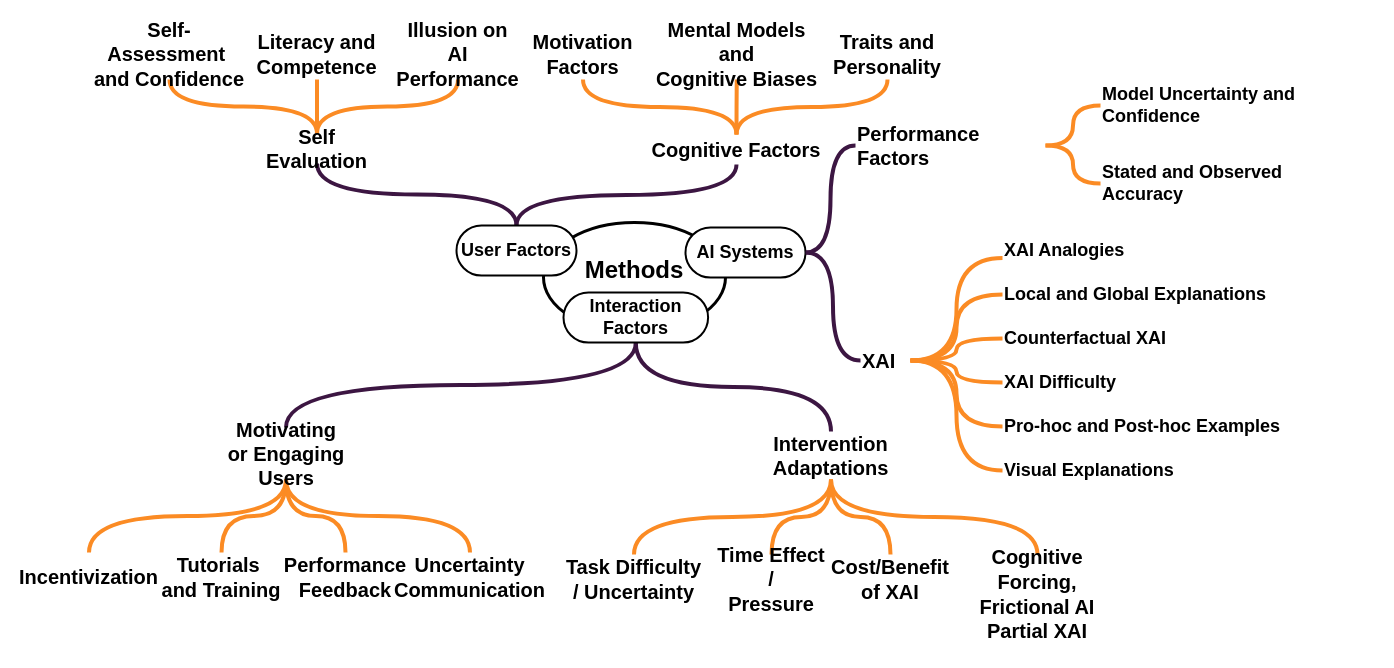
Before: ext/chi-rev-method-overview.drawio in raeeschaudhary/Coursera_Exams, a draw.io diagram. Source tidied: cells renumbered, new cells numbered last; positions are measured from the earlier drawing's top-left corner, leaving out a move shared by most shapes. Both pictures are drawn from the tidied source at 100%, with x=0, y=0 at pixel (17, 29).
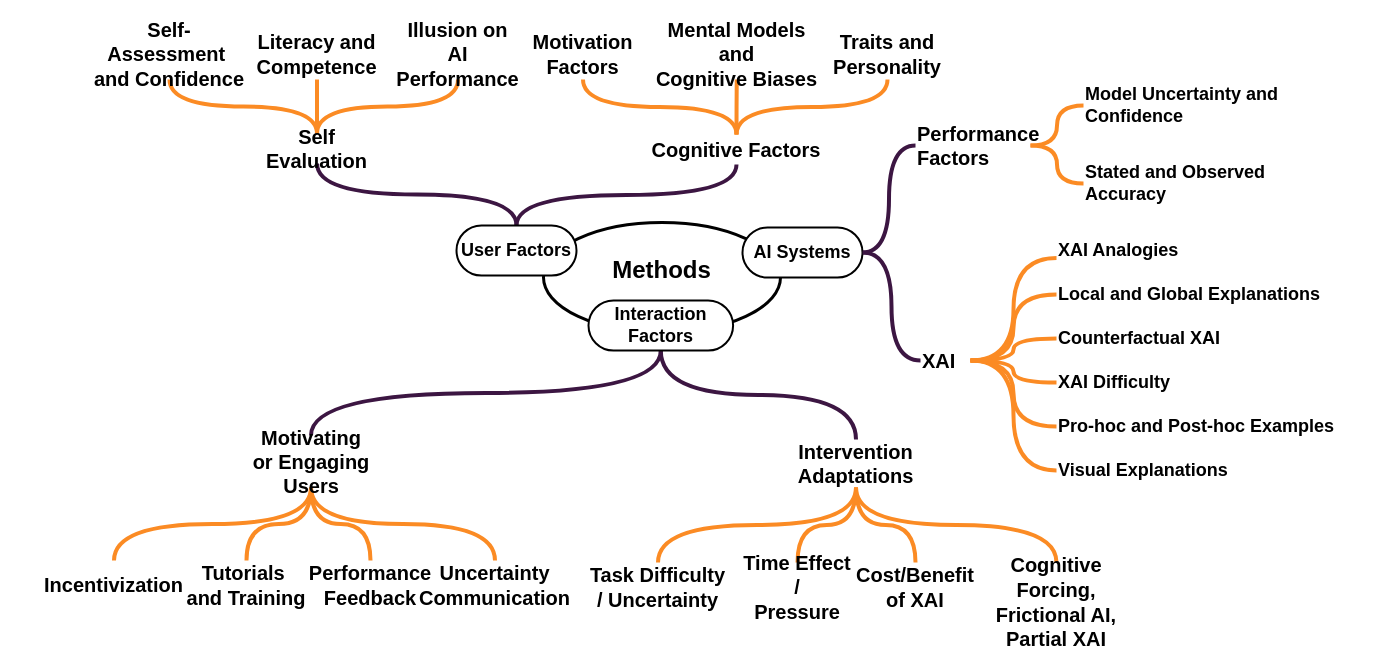
The same page after the edit.

The edit, as a diff of the source:
```diff
@@
     <mxCell id="2" value="Methods" style="ellipse;whiteSpace=wrap;html=1;strokeWidth=3;fontFamily=corbel;fontSize=24;fontStyle=1;verticalAlign=top;spacingTop=27;" parent="1" vertex="1">
-      <mxGeometry x="526" y="193" width="182" height="110" as="geometry" />
+      <mxGeometry x="526" y="193" width="237" height="110" as="geometry" />
     </mxCell>
@@
     <mxCell id="4" value="AI Systems" style="rounded=1;whiteSpace=wrap;html=1;arcSize=50;strokeWidth=2;fontFamily=corbel;fontSize=18;fontStyle=1;" parent="1" vertex="1">
-      <mxGeometry x="668" y="198" width="120" height="50" as="geometry" />
+      <mxGeometry x="725" y="198" width="120" height="50" as="geometry" />
     </mxCell>
@@
     <mxCell id="10" value="Interaction Factors" style="rounded=1;whiteSpace=wrap;html=1;arcSize=50;strokeWidth=2;fontFamily=corbel;fontSize=18;fontStyle=1;" parent="1" vertex="1">
-      <mxGeometry x="546" y="263" width="144.6" height="50" as="geometry" />
+      <mxGeometry x="571" y="271" width="144.6" height="50" as="geometry" />
     </mxCell>
-    <mxCell id="11" value="&lt;span style=&quot;&quot;&gt;Performance Factors&lt;/span&gt;" style="text;html=1;whiteSpace=wrap;strokeColor=none;fillColor=none;align=left;verticalAlign=middle;rounded=0;fontFamily=corbel;fontStyle=1;fontSize=20;" parent="1" vertex="1">
-      <mxGeometry x="838" y="101" width="190" height="30" as="geometry" />
+    <mxCell id="11" value="&lt;span style=&quot;&quot;&gt;Performance&amp;nbsp;&lt;/span&gt;&lt;div&gt;&lt;span style=&quot;&quot;&gt;Factors&lt;/span&gt;&lt;/div&gt;" style="text;html=1;whiteSpace=wrap;strokeColor=none;fillColor=none;align=left;verticalAlign=middle;rounded=0;fontFamily=corbel;fontStyle=1;fontSize=20;" parent="1" vertex="1">
+      <mxGeometry x="898" y="101" width="115" height="30" as="geometry" />
     </mxCell>
@@
     <mxCell id="13" value="&lt;span style=&quot;&quot;&gt;XAI&lt;/span&gt;" style="text;html=1;whiteSpace=wrap;strokeColor=none;fillColor=none;align=left;verticalAlign=middle;rounded=0;fontFamily=corbel;fontStyle=1;fontSize=20;" parent="1" vertex="1">
-      <mxGeometry x="843" y="316" width="50" height="30" as="geometry" />
+      <mxGeometry x="903" y="316" width="50" height="30" as="geometry" />
     </mxCell>
@@
     <mxCell id="15" value="&lt;span&gt;&lt;span&gt;Model Uncertainty and Confidence&lt;/span&gt;&lt;/span&gt;" style="text;html=1;whiteSpace=wrap;strokeColor=none;fillColor=none;align=left;verticalAlign=middle;rounded=0;fontFamily=corbel;fontSize=18;fontStyle=1;" parent="1" vertex="1">
-      <mxGeometry x="1083" y="61" width="277" height="30" as="geometry" />
+      <mxGeometry x="1066" y="61" width="277" height="30" as="geometry" />
     </mxCell>
     <mxCell id="16" value="&lt;span&gt;&lt;span&gt;Stated and Observed Accuracy&lt;/span&gt;&lt;/span&gt;" style="text;html=1;whiteSpace=wrap;strokeColor=none;fillColor=none;align=left;verticalAlign=middle;rounded=0;fontFamily=corbel;fontSize=18;fontStyle=1;" parent="1" vertex="1">
-      <mxGeometry x="1083" y="139" width="257" height="30" as="geometry" />
+      <mxGeometry x="1066" y="139" width="257" height="30" as="geometry" />
     </mxCell>
@@
     <mxCell id="19" value="&lt;span&gt;&lt;span&gt;XAI Analogies&lt;/span&gt;&lt;/span&gt;" style="text;html=1;whiteSpace=wrap;strokeColor=none;fillColor=none;align=left;verticalAlign=middle;rounded=0;fontFamily=corbel;fontSize=18;fontStyle=1;" parent="1" vertex="1">
-      <mxGeometry x="985" y="206" width="192" height="30" as="geometry" />
+      <mxGeometry x="1039" y="206" width="192" height="30" as="geometry" />
     </mxCell>
     <mxCell id="20" value="&lt;span&gt;&lt;span&gt;Local and Global Explanations&amp;nbsp;&lt;/span&gt;&lt;/span&gt;" style="text;html=1;whiteSpace=wrap;strokeColor=none;fillColor=none;align=left;verticalAlign=middle;rounded=0;fontFamily=corbel;fontSize=18;fontStyle=1;" parent="1" vertex="1">
-      <mxGeometry x="985" y="250" width="290" height="30" as="geometry" />
+      <mxGeometry x="1039" y="250" width="290" height="30" as="geometry" />
     </mxCell>
     <mxCell id="21" value="&lt;span&gt;&lt;span&gt;Counterfactual XAI&lt;/span&gt;&lt;/span&gt;" style="text;html=1;whiteSpace=wrap;strokeColor=none;fillColor=none;align=left;verticalAlign=middle;rounded=0;fontFamily=corbel;fontSize=18;fontStyle=1;" parent="1" vertex="1">
-      <mxGeometry x="985" y="294" width="285" height="30" as="geometry" />
+      <mxGeometry x="1039" y="294" width="285" height="30" as="geometry" />
     </mxCell>
     <mxCell id="22" value="&lt;span&gt;&lt;span&gt;XAI Difficulty&lt;/span&gt;&lt;/span&gt;" style="text;html=1;whiteSpace=wrap;strokeColor=none;fillColor=none;align=left;verticalAlign=middle;rounded=0;fontFamily=corbel;fontSize=18;fontStyle=1;" parent="1" vertex="1">
-      <mxGeometry x="985" y="338" width="192" height="30" as="geometry" />
+      <mxGeometry x="1039" y="338" width="192" height="30" as="geometry" />
     </mxCell>
     <mxCell id="23" value="&lt;span&gt;&lt;span&gt;Pro-hoc and Post-hoc Examples&lt;/span&gt;&lt;/span&gt;" style="text;html=1;whiteSpace=wrap;strokeColor=none;fillColor=none;align=left;verticalAlign=middle;rounded=0;fontFamily=corbel;fontSize=18;fontStyle=1;" parent="1" vertex="1">
-      <mxGeometry x="985" y="382" width="320" height="30" as="geometry" />
+      <mxGeometry x="1039" y="382" width="320" height="30" as="geometry" />
     </mxCell>
     <mxCell id="24" value="&lt;span&gt;&lt;span&gt;Visual Explanations&lt;/span&gt;&lt;/span&gt;" style="text;html=1;whiteSpace=wrap;strokeColor=none;fillColor=none;align=left;verticalAlign=middle;rounded=0;fontFamily=corbel;fontSize=18;fontStyle=1;" parent="1" vertex="1">
-      <mxGeometry x="985" y="426" width="192" height="30" as="geometry" />
+      <mxGeometry x="1039" y="426" width="192" height="30" as="geometry" />
     </mxCell>
@@
     <mxCell id="34" value="&lt;span&gt;Motivating &lt;br&gt;or Engaging Users&lt;/span&gt;" style="text;html=1;whiteSpace=wrap;strokeColor=none;fillColor=none;align=center;verticalAlign=middle;rounded=0;fontFamily=corbel;fontStyle=1;fontSize=20;" parent="1" vertex="1">
-      <mxGeometry x="188.5" y="398" width="160" height="52" as="geometry" />
+      <mxGeometry x="213.5" y="406" width="160" height="52" as="geometry" />
     </mxCell>
@@
     <mxCell id="39" value="&lt;span&gt;Intervention Adaptations&lt;/span&gt;" style="text;html=1;whiteSpace=wrap;strokeColor=none;fillColor=none;align=center;verticalAlign=middle;rounded=0;fontFamily=corbel;fontStyle=1;fontSize=20;" parent="1" vertex="1">
-      <mxGeometry x="756" y="402" width="115" height="48" as="geometry" />
+      <mxGeometry x="781" y="410" width="115" height="48" as="geometry" />
     </mxCell>
     <mxCell id="40" value="&lt;span&gt;&lt;span style=&quot;font-size:20px;&quot;&gt;Task Difficulty&lt;br&gt;&lt;/span&gt;&lt;span style=&quot;font-size:20px;&quot;&gt;/ Uncertainty&lt;/span&gt;&lt;/span&gt;" style="text;html=1;whiteSpace=wrap;strokeColor=none;fillColor=none;align=center;verticalAlign=middle;rounded=0;fontFamily=corbel;fontSize=18;fontStyle=1;" parent="1" vertex="1">
-      <mxGeometry x="545" y="525" width="143" height="50" as="geometry" />
+      <mxGeometry x="569" y="533" width="143" height="50" as="geometry" />
     </mxCell>
     <mxCell id="41" value="&lt;span&gt;&lt;span style=&quot;font-size:20px;&quot;&gt;Time Effect /&lt;br&gt;&lt;/span&gt;&lt;span style=&quot;font-size:20px;&quot;&gt;Pressure&lt;/span&gt;&lt;/span&gt;" style="text;html=1;whiteSpace=wrap;strokeColor=none;fillColor=none;align=center;verticalAlign=middle;rounded=0;fontFamily=corbel;fontSize=18;fontStyle=1;" parent="1" vertex="1">
-      <mxGeometry x="694" y="525" width="120" height="50" as="geometry" />
+      <mxGeometry x="720" y="533" width="120" height="50" as="geometry" />
     </mxCell>
     <mxCell id="42" value="&lt;span&gt;&lt;span style=&quot;font-size:20px;&quot;&gt;Cost/Benefit&lt;br&gt;&lt;/span&gt;&lt;span style=&quot;font-size:20px;&quot;&gt;of XAI&lt;/span&gt;&lt;/span&gt;" style="text;html=1;whiteSpace=wrap;strokeColor=none;fillColor=none;align=center;verticalAlign=middle;rounded=0;fontFamily=corbel;fontSize=18;fontStyle=1;" parent="1" vertex="1">
-      <mxGeometry x="808" y="525" width="130" height="50" as="geometry" />
+      <mxGeometry x="833" y="533" width="130" height="50" as="geometry" />
     </mxCell>
-    <mxCell id="43" value="&lt;span&gt;&lt;span style=&quot;font-size:20px;&quot;&gt;Cognitive Forcing, &lt;br&gt;&lt;/span&gt;&lt;span style=&quot;font-size:20px;&quot;&gt;Frictional AI&lt;br&gt;&lt;/span&gt;&lt;span style=&quot;font-size:20px;&quot;&gt;Partial XAI&lt;/span&gt;&lt;/span&gt;" style="text;html=1;whiteSpace=wrap;strokeColor=none;fillColor=none;align=center;verticalAlign=middle;rounded=0;fontFamily=corbel;fontSize=18;fontStyle=1;" parent="1" vertex="1">
-      <mxGeometry x="940" y="525" width="160" height="80" as="geometry" />
+    <mxCell id="43" value="&lt;span&gt;&lt;span style=&quot;font-size:20px;&quot;&gt;Cognitive Forcing, &lt;br&gt;&lt;/span&gt;&lt;span style=&quot;font-size:20px;&quot;&gt;Frictional AI,&lt;br&gt;&lt;/span&gt;&lt;span style=&quot;font-size:20px;&quot;&gt;Partial XAI&lt;/span&gt;&lt;/span&gt;" style="text;html=1;whiteSpace=wrap;strokeColor=none;fillColor=none;align=center;verticalAlign=middle;rounded=0;fontFamily=corbel;fontSize=18;fontStyle=1;" parent="1" vertex="1">
+      <mxGeometry x="959" y="533" width="160" height="80" as="geometry" />
     </mxCell>
     <mxCell id="44" value="&lt;span&gt;&lt;span style=&quot;font-size:20px;&quot;&gt;Incentivization&lt;/span&gt;&lt;/span&gt;" style="text;html=1;whiteSpace=wrap;strokeColor=none;fillColor=none;align=center;verticalAlign=middle;rounded=0;fontFamily=corbel;fontSize=18;fontStyle=1;" parent="1" vertex="1">
-      <mxGeometry y="523" width="143" height="50" as="geometry" />
+      <mxGeometry x="25" y="531" width="143" height="50" as="geometry" />
     </mxCell>
     <mxCell id="45" value="&lt;span&gt;&lt;span&gt;&lt;span style=&quot;font-size: 20px;&quot;&gt;Tutorials&amp;nbsp;&lt;br&gt;&lt;/span&gt;&lt;/span&gt;&lt;span style=&quot;background-color: transparent; color: light-dark(rgb(0, 0, 0), rgb(255, 255, 255)); font-size: 20px;&quot;&gt;and&amp;nbsp;&lt;/span&gt;&lt;span style=&quot;background-color: transparent; color: light-dark(rgb(0, 0, 0), rgb(255, 255, 255)); font-size: 20px;&quot;&gt;Training&lt;/span&gt;&lt;/span&gt;" style="text;html=1;whiteSpace=wrap;strokeColor=none;fillColor=none;align=center;verticalAlign=middle;rounded=0;fontFamily=corbel;fontSize=18;fontStyle=1;" parent="1" vertex="1">
-      <mxGeometry x="143" y="523" width="122" height="50" as="geometry" />
+      <mxGeometry x="168" y="531" width="122" height="50" as="geometry" />
     </mxCell>
     <mxCell id="46" value="&lt;span&gt;&lt;span style=&quot;font-size:20px;&quot;&gt;Performance&lt;br&gt;&lt;/span&gt;&lt;span style=&quot;font-size:20px;&quot;&gt;Feedback&lt;/span&gt;&lt;/span&gt;" style="text;html=1;whiteSpace=wrap;strokeColor=none;fillColor=none;align=center;verticalAlign=middle;rounded=0;fontFamily=corbel;fontSize=18;fontStyle=1;" parent="1" vertex="1">
-      <mxGeometry x="271" y="523" width="114" height="50" as="geometry" />
+      <mxGeometry x="296" y="531" width="114" height="50" as="geometry" />
     </mxCell>
     <mxCell id="47" value="&lt;span style=&quot;font-size: 20px;&quot;&gt;Uncertainty&lt;br&gt;&lt;/span&gt;&lt;span style=&quot;font-size: 20px;&quot;&gt;Communication&lt;/span&gt;" style="text;html=1;whiteSpace=wrap;strokeColor=none;fillColor=none;align=center;verticalAlign=middle;rounded=0;fontFamily=corbel;fontSize=18;fontStyle=1;" parent="1" vertex="1">
-      <mxGeometry x="388" y="523" width="129" height="50" as="geometry" />
+      <mxGeometry x="413" y="531" width="129" height="50" as="geometry" />
     </mxCell>
```
